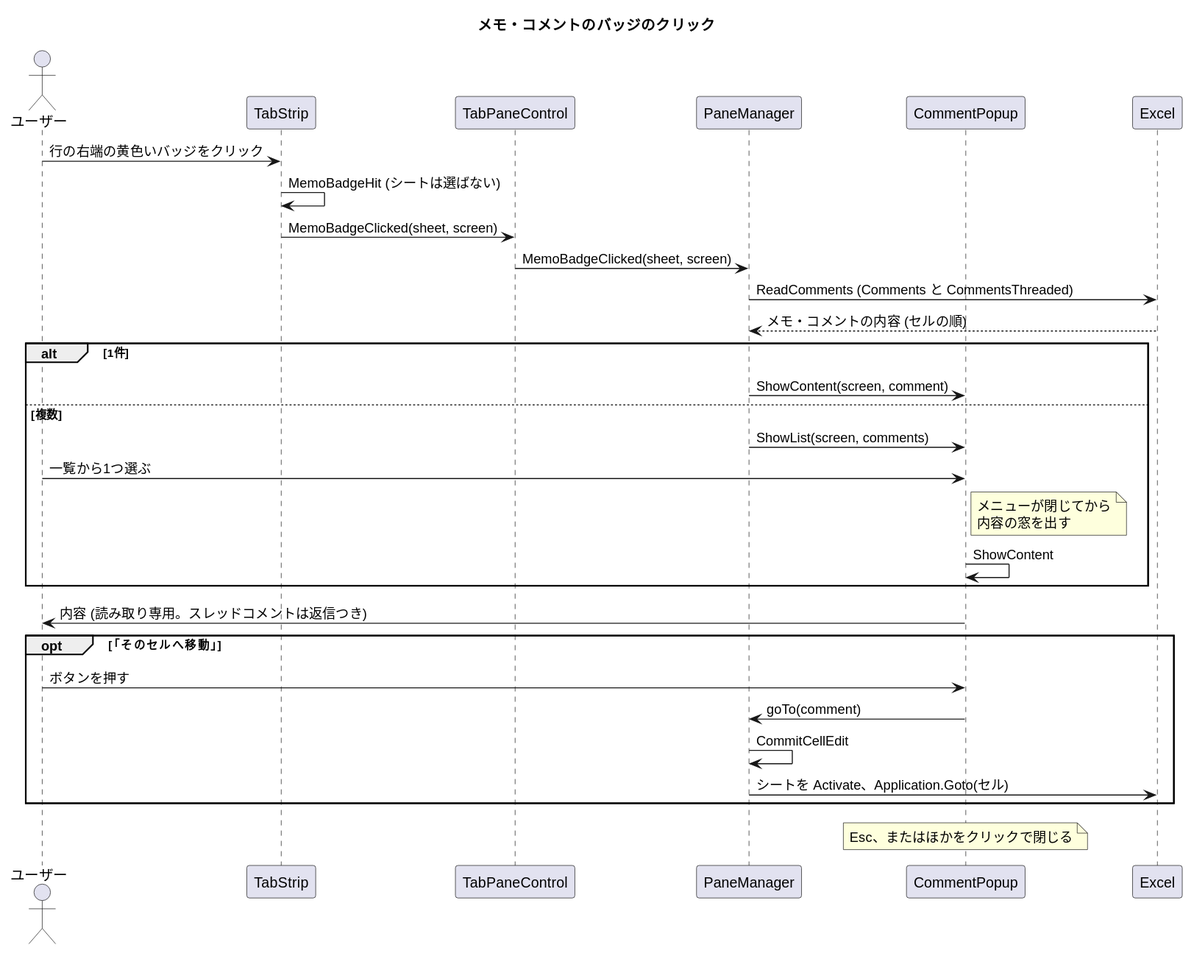
nk-taka623/VerticalSheetTabs keeps this PlantUML diagram as docs/sequence-comment.svg. Above is the earlier version. Its diagram source:
```plantuml
@startuml
title メモ・コメントのバッジのクリック
skinparam shadowing false
skinparam sequenceMessageAlign left

actor "ユーザー" as U
participant "TabStrip" as S
participant "TabPaneControl" as C
participant "PaneManager" as P
participant "CommentPopup" as W
participant "Excel" as XL

U -> S : 行の右端の黄色いバッジをクリック
S -> S : MemoBadgeHit (シートは選ばない)
S -> C : MemoBadgeClicked(sheet, screen)
C -> P : MemoBadgeClicked(sheet, screen)
P -> XL : ReadComments (Comments と CommentsThreaded)
XL --> P : メモ・コメントの内容 (セルの順)
alt 1件
  P -> W : ShowContent(screen, comment)
else 複数
  P -> W : ShowList(screen, comments)
  U -> W : 一覧から1つ選ぶ
  note right of W : メニューが閉じてから\n内容の窓を出す
  W -> W : ShowContent
end
W -> U : 内容 (読み取り専用。スレッドコメントは返信つき)
opt 「そのセルへ移動」
  U -> W : ボタンを押す
  W -> P : goTo(comment)
  P -> P : CommitCellEdit
  P -> XL : シートを Activate、Application.Goto(セル)
end
note over W : Esc、またはほかをクリックで閉じる
@enduml
```
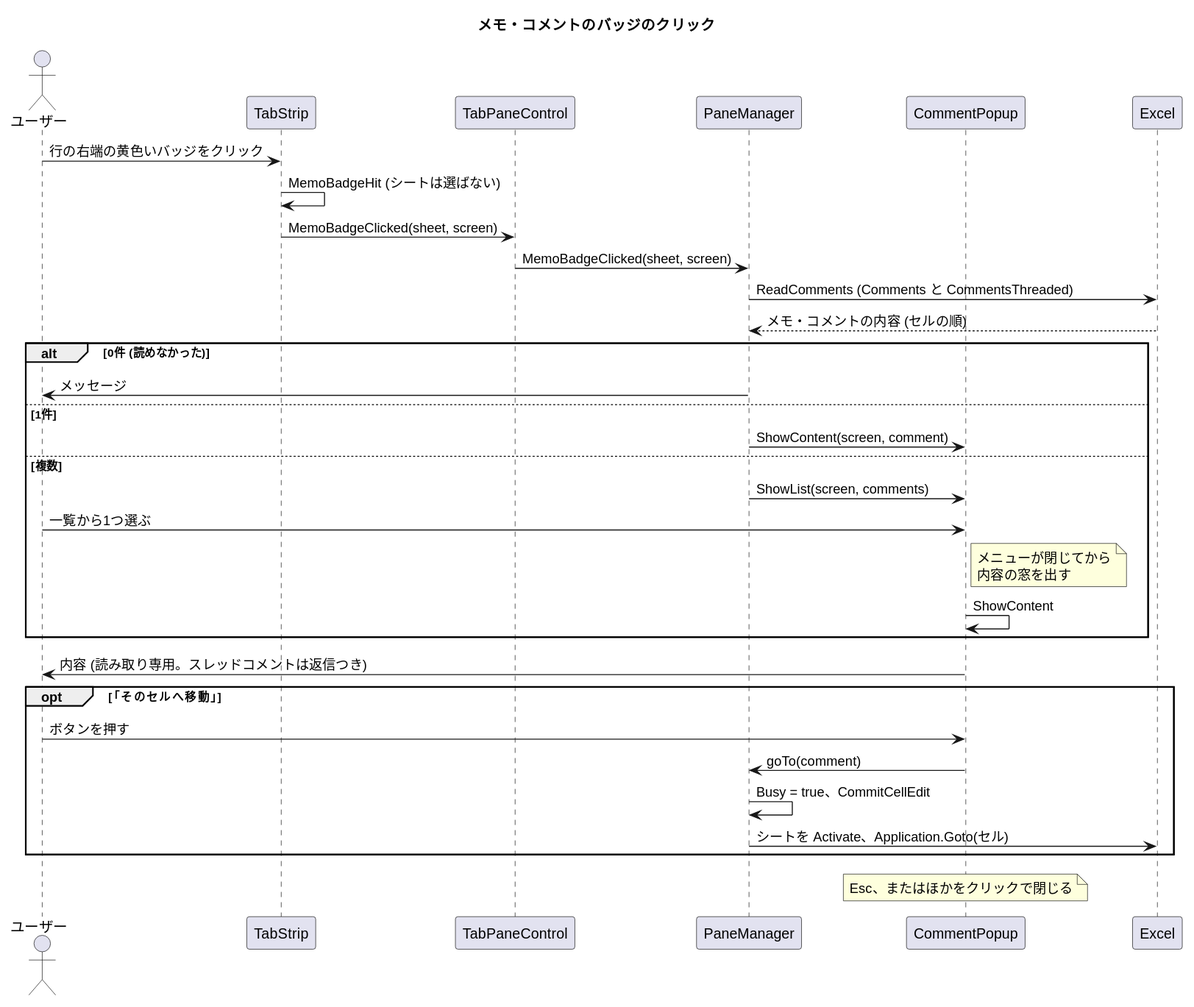
The same diagram one commit later.

The edit, as a diff of the source:
```diff
@@ -16,7 +16,9 @@
 C -> P : MemoBadgeClicked(sheet, screen)
 P -> XL : ReadComments (Comments と CommentsThreaded)
 XL --> P : メモ・コメントの内容 (セルの順)
-alt 1件
+alt 0件 (読めなかった)
+  P -> U : メッセージ
+else 1件
   P -> W : ShowContent(screen, comment)
 else 複数
   P -> W : ShowList(screen, comments)
@@ -28,7 +30,7 @@
 opt 「そのセルへ移動」
   U -> W : ボタンを押す
   W -> P : goTo(comment)
-  P -> P : CommitCellEdit
+  P -> P : Busy = true、CommitCellEdit
   P -> XL : シートを Activate、Application.Goto(セル)
 end
 note over W : Esc、またはほかをクリックで閉じる
```
